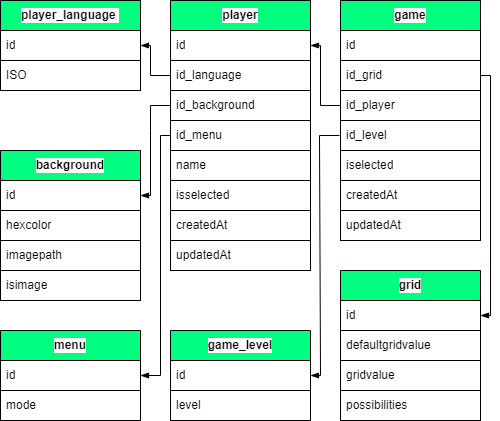
Lob2018/SudokuFX keeps this draw.io diagram as .myresources/design_and_modeling/merise/MPD.drawio.png. Above is the earlier version. Source tidied: cells renumbered, new cells last; positions are measured from the earlier drawing's top-left corner, leaving out a move shared by most shapes.
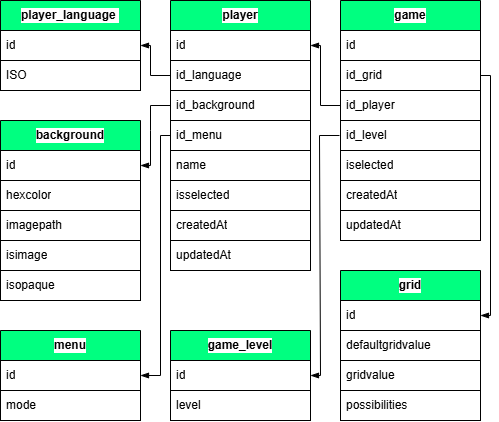
Above is the later version.

Commit message:
📚 docs MCD & MPD: Add isopaque attribute to background entity

What changed in the source:
```diff
@@ -86,7 +86,7 @@
       <mxGeometry y="120" width="140" height="30" as="geometry" />
     </mxCell>
     <mxCell id="28" value="background" style="swimlane;fontStyle=1;horizontal=1;startSize=30;whiteSpace=wrap;html=1;swimlaneLine=1;fontColor=#000000;labelBorderColor=none;strokeColor=#000000;fillColor=#00FF80;swimlaneFillColor=none;gradientColor=none;labelBackgroundColor=#FFFFFF;" parent="1" vertex="1">
-      <mxGeometry y="150" width="140" height="150" as="geometry" />
+      <mxGeometry y="120" width="140" height="150" as="geometry" />
     </mxCell>
     <mxCell id="29" value="id" style="text;strokeColor=#000000;fillColor=#FFFFFF;align=left;verticalAlign=middle;spacingLeft=4;spacingRight=4;overflow=hidden;points=[[0,0.5],[1,0.5]];portConstraint=eastwest;whiteSpace=wrap;html=1;fontColor=#000000;labelBorderColor=none;swimlaneFillColor=none;gradientColor=none;labelBackgroundColor=#FFFFFF;" parent="28" vertex="1">
       <mxGeometry y="30" width="140" height="30" as="geometry" />
@@ -121,8 +121,7 @@
         <Array as="points">
           <mxPoint x="150" y="105" />
           <mxPoint x="150" y="130" />
-          <mxPoint x="150" y="190" />
-          <mxPoint x="150" y="195" />
+          <mxPoint x="150" y="165" />
         </Array>
       </mxGeometry>
     </mxCell>
@@ -161,5 +160,8 @@
         </Array>
       </mxGeometry>
     </mxCell>
+    <mxCell id="44" value="isopaque" style="text;strokeColor=#000000;fillColor=#FFFFFF;align=left;verticalAlign=middle;spacingLeft=4;spacingRight=4;overflow=hidden;whiteSpace=wrap;html=1;fontColor=#000000;labelBorderColor=none;swimlaneFillColor=none;gradientColor=none;labelBackgroundColor=#FFFFFF;" parent="1" vertex="1">
+      <mxGeometry y="270" width="140" height="30" as="geometry" />
+    </mxCell>
   </root>
 </mxGraphModel>
```
